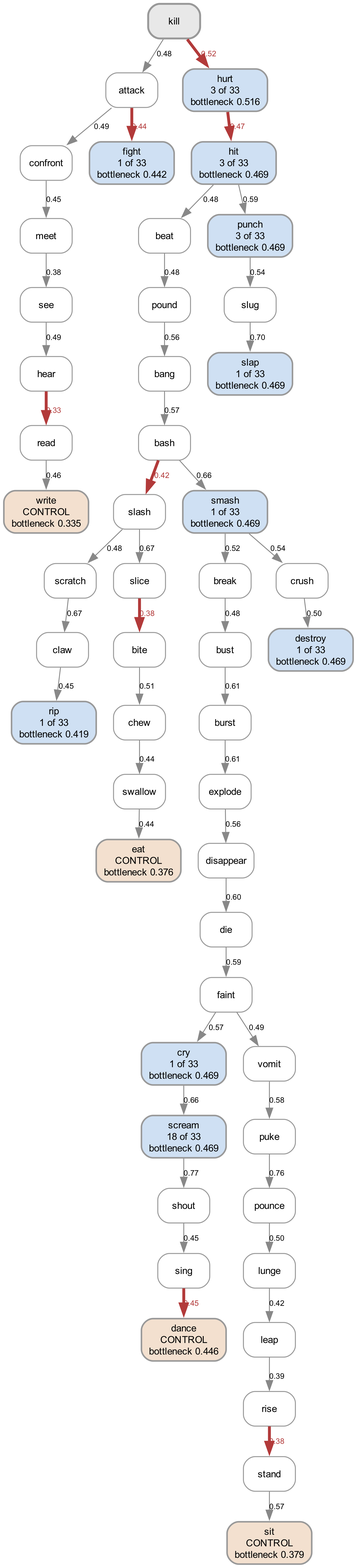
quadrismegistus/malignment keeps this Graphviz diagram as experiments/displacement/chain_of_connections/figures/bottleneck_kill_faller_llama_resid_mean.png. Above is the earlier version. Its source is kept beside it as experiments/displacement/chain_of_connections/figures/bottleneck_kill_faller_llama_resid_mean.dot.
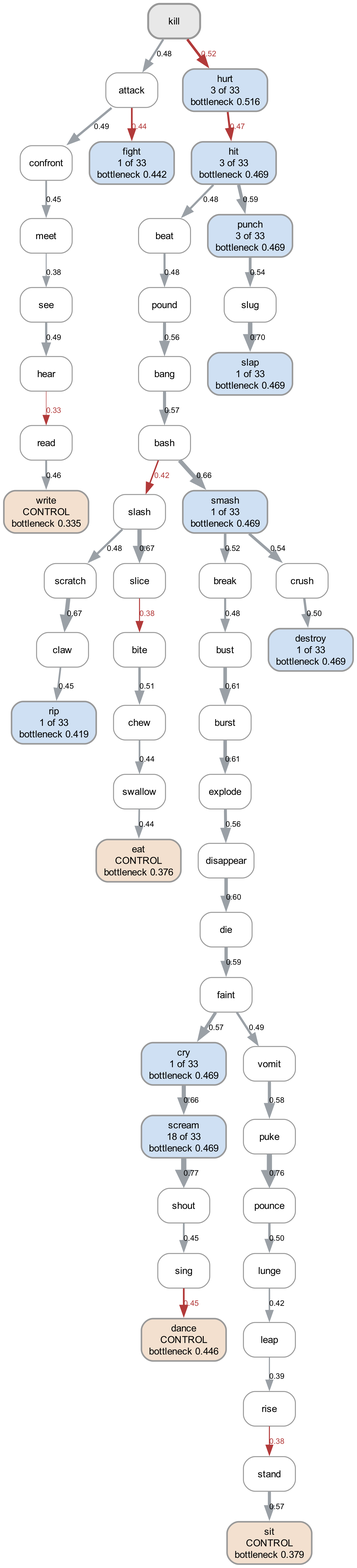
The same file after the commit.

Commit message:
edge width tracks cosine, so a bottleneck looks like one; plus --no-controls

Change to the diagram source:
```diff
@@ -52,53 +52,53 @@
   "swallow" [label="swallow" fillcolor="#ffffff" penwidth=1.0];
   "vomit" [label="vomit" fillcolor="#ffffff" penwidth=1.0];
   "write" [label="write\nCONTROL\nbottleneck 0.335" fillcolor="#f3e0cf" penwidth=1.6];
-  "attack" -> "confront" [label="0.49" penwidth=0.9 color="#888888"];
-  "attack" -> "fight" [label="0.44" penwidth=3.0 color="#b23a3a" fontcolor="#b23a3a"];
-  "bang" -> "bash" [label="0.57" penwidth=0.9 color="#888888"];
-  "bash" -> "slash" [label="0.42" penwidth=3.0 color="#b23a3a" fontcolor="#b23a3a"];
-  "bash" -> "smash" [label="0.66" penwidth=0.9 color="#888888"];
-  "beat" -> "pound" [label="0.48" penwidth=0.9 color="#888888"];
-  "bite" -> "chew" [label="0.51" penwidth=0.9 color="#888888"];
-  "break" -> "bust" [label="0.48" penwidth=0.9 color="#888888"];
-  "burst" -> "explode" [label="0.61" penwidth=0.9 color="#888888"];
-  "bust" -> "burst" [label="0.61" penwidth=0.9 color="#888888"];
-  "chew" -> "swallow" [label="0.44" penwidth=0.9 color="#888888"];
-  "claw" -> "rip" [label="0.45" penwidth=0.9 color="#888888"];
-  "confront" -> "meet" [label="0.45" penwidth=0.9 color="#888888"];
-  "crush" -> "destroy" [label="0.50" penwidth=0.9 color="#888888"];
-  "cry" -> "scream" [label="0.66" penwidth=0.9 color="#888888"];
-  "die" -> "faint" [label="0.59" penwidth=0.9 color="#888888"];
-  "disappear" -> "die" [label="0.60" penwidth=0.9 color="#888888"];
-  "explode" -> "disappear" [label="0.56" penwidth=0.9 color="#888888"];
-  "faint" -> "cry" [label="0.57" penwidth=0.9 color="#888888"];
-  "faint" -> "vomit" [label="0.49" penwidth=0.9 color="#888888"];
-  "hear" -> "read" [label="0.33" penwidth=3.0 color="#b23a3a" fontcolor="#b23a3a"];
-  "hit" -> "beat" [label="0.48" penwidth=0.9 color="#888888"];
-  "hit" -> "punch" [label="0.59" penwidth=0.9 color="#888888"];
-  "hurt" -> "hit" [label="0.47" penwidth=3.0 color="#b23a3a" fontcolor="#b23a3a"];
-  "kill" -> "attack" [label="0.48" penwidth=0.9 color="#888888"];
-  "kill" -> "hurt" [label="0.52" penwidth=3.0 color="#b23a3a" fontcolor="#b23a3a"];
-  "leap" -> "rise" [label="0.39" penwidth=0.9 color="#888888"];
-  "lunge" -> "leap" [label="0.42" penwidth=0.9 color="#888888"];
-  "meet" -> "see" [label="0.38" penwidth=0.9 color="#888888"];
-  "pounce" -> "lunge" [label="0.50" penwidth=0.9 color="#888888"];
-  "pound" -> "bang" [label="0.56" penwidth=0.9 color="#888888"];
-  "puke" -> "pounce" [label="0.76" penwidth=0.9 color="#888888"];
-  "punch" -> "slug" [label="0.54" penwidth=0.9 color="#888888"];
-  "read" -> "write" [label="0.46" penwidth=0.9 color="#888888"];
-  "rise" -> "stand" [label="0.38" penwidth=3.0 color="#b23a3a" fontcolor="#b23a3a"];
-  "scratch" -> "claw" [label="0.67" penwidth=0.9 color="#888888"];
-  "scream" -> "shout" [label="0.77" penwidth=0.9 color="#888888"];
-  "see" -> "hear" [label="0.49" penwidth=0.9 color="#888888"];
-  "shout" -> "sing" [label="0.45" penwidth=0.9 color="#888888"];
-  "sing" -> "dance" [label="0.45" penwidth=3.0 color="#b23a3a" fontcolor="#b23a3a"];
-  "slash" -> "scratch" [label="0.48" penwidth=0.9 color="#888888"];
-  "slash" -> "slice" [label="0.67" penwidth=0.9 color="#888888"];
-  "slice" -> "bite" [label="0.38" penwidth=3.0 color="#b23a3a" fontcolor="#b23a3a"];
-  "slug" -> "slap" [label="0.70" penwidth=0.9 color="#888888"];
-  "smash" -> "break" [label="0.52" penwidth=0.9 color="#888888"];
-  "smash" -> "crush" [label="0.54" penwidth=0.9 color="#888888"];
-  "stand" -> "sit" [label="0.57" penwidth=0.9 color="#888888"];
-  "swallow" -> "eat" [label="0.44" penwidth=0.9 color="#888888"];
-  "vomit" -> "puke" [label="0.58" penwidth=0.9 color="#888888"];
+  "attack" -> "confront" [label="0.49" penwidth=2.36 color="#9aa0a6"];
+  "attack" -> "fight" [label="0.44" penwidth=1.75 color="#b23a3a" fontcolor="#b23a3a"];
+  "bang" -> "bash" [label="0.57" penwidth=3.20 color="#9aa0a6"];
+  "bash" -> "slash" [label="0.42" penwidth=1.47 color="#b23a3a" fontcolor="#b23a3a"];
+  "bash" -> "smash" [label="0.66" penwidth=4.30 color="#9aa0a6"];
+  "beat" -> "pound" [label="0.48" penwidth=2.17 color="#9aa0a6"];
+  "bite" -> "chew" [label="0.51" penwidth=2.50 color="#9aa0a6"];
+  "break" -> "bust" [label="0.48" penwidth=2.15 color="#9aa0a6"];
+  "burst" -> "explode" [label="0.61" penwidth=3.66 color="#9aa0a6"];
+  "bust" -> "burst" [label="0.61" penwidth=3.72 color="#9aa0a6"];
+  "chew" -> "swallow" [label="0.44" penwidth=1.70 color="#9aa0a6"];
+  "claw" -> "rip" [label="0.45" penwidth=1.82 color="#9aa0a6"];
+  "confront" -> "meet" [label="0.45" penwidth=1.82 color="#9aa0a6"];
+  "crush" -> "destroy" [label="0.50" penwidth=2.45 color="#9aa0a6"];
+  "cry" -> "scream" [label="0.66" penwidth=4.30 color="#9aa0a6"];
+  "die" -> "faint" [label="0.59" penwidth=3.44 color="#9aa0a6"];
+  "disappear" -> "die" [label="0.60" penwidth=3.60 color="#9aa0a6"];
+  "explode" -> "disappear" [label="0.56" penwidth=3.06 color="#9aa0a6"];
+  "faint" -> "cry" [label="0.57" penwidth=3.26 color="#9aa0a6"];
+  "faint" -> "vomit" [label="0.49" penwidth=2.31 color="#9aa0a6"];
+  "hear" -> "read" [label="0.33" penwidth=0.50 color="#b23a3a" fontcolor="#b23a3a"];
+  "hit" -> "beat" [label="0.48" penwidth=2.14 color="#9aa0a6"];
+  "hit" -> "punch" [label="0.59" penwidth=3.43 color="#9aa0a6"];
+  "hurt" -> "hit" [label="0.47" penwidth=2.05 color="#b23a3a" fontcolor="#b23a3a"];
+  "kill" -> "attack" [label="0.48" penwidth=2.17 color="#9aa0a6"];
+  "kill" -> "hurt" [label="0.52" penwidth=2.60 color="#b23a3a" fontcolor="#b23a3a"];
+  "leap" -> "rise" [label="0.39" penwidth=1.16 color="#9aa0a6"];
+  "lunge" -> "leap" [label="0.42" penwidth=1.50 color="#9aa0a6"];
+  "meet" -> "see" [label="0.38" penwidth=0.97 color="#9aa0a6"];
+  "pounce" -> "lunge" [label="0.50" penwidth=2.40 color="#9aa0a6"];
+  "pound" -> "bang" [label="0.56" penwidth=3.14 color="#9aa0a6"];
+  "puke" -> "pounce" [label="0.76" penwidth=5.38 color="#9aa0a6"];
+  "punch" -> "slug" [label="0.54" penwidth=2.86 color="#9aa0a6"];
+  "read" -> "write" [label="0.46" penwidth=1.98 color="#9aa0a6"];
+  "rise" -> "stand" [label="0.38" penwidth=1.02 color="#b23a3a" fontcolor="#b23a3a"];
+  "scratch" -> "claw" [label="0.67" penwidth=4.36 color="#9aa0a6"];
+  "scream" -> "shout" [label="0.77" penwidth=5.50 color="#9aa0a6"];
+  "see" -> "hear" [label="0.49" penwidth=2.29 color="#9aa0a6"];
+  "shout" -> "sing" [label="0.45" penwidth=1.80 color="#9aa0a6"];
+  "sing" -> "dance" [label="0.45" penwidth=1.79 color="#b23a3a" fontcolor="#b23a3a"];
+  "slash" -> "scratch" [label="0.48" penwidth=2.23 color="#9aa0a6"];
+  "slash" -> "slice" [label="0.67" penwidth=4.42 color="#9aa0a6"];
+  "slice" -> "bite" [label="0.38" penwidth=0.98 color="#b23a3a" fontcolor="#b23a3a"];
+  "slug" -> "slap" [label="0.70" penwidth=4.68 color="#9aa0a6"];
+  "smash" -> "break" [label="0.52" penwidth=2.70 color="#9aa0a6"];
+  "smash" -> "crush" [label="0.54" penwidth=2.86 color="#9aa0a6"];
+  "stand" -> "sit" [label="0.57" penwidth=3.22 color="#9aa0a6"];
+  "swallow" -> "eat" [label="0.44" penwidth=1.71 color="#9aa0a6"];
+  "vomit" -> "puke" [label="0.58" penwidth=3.30 color="#9aa0a6"];
 }
```
